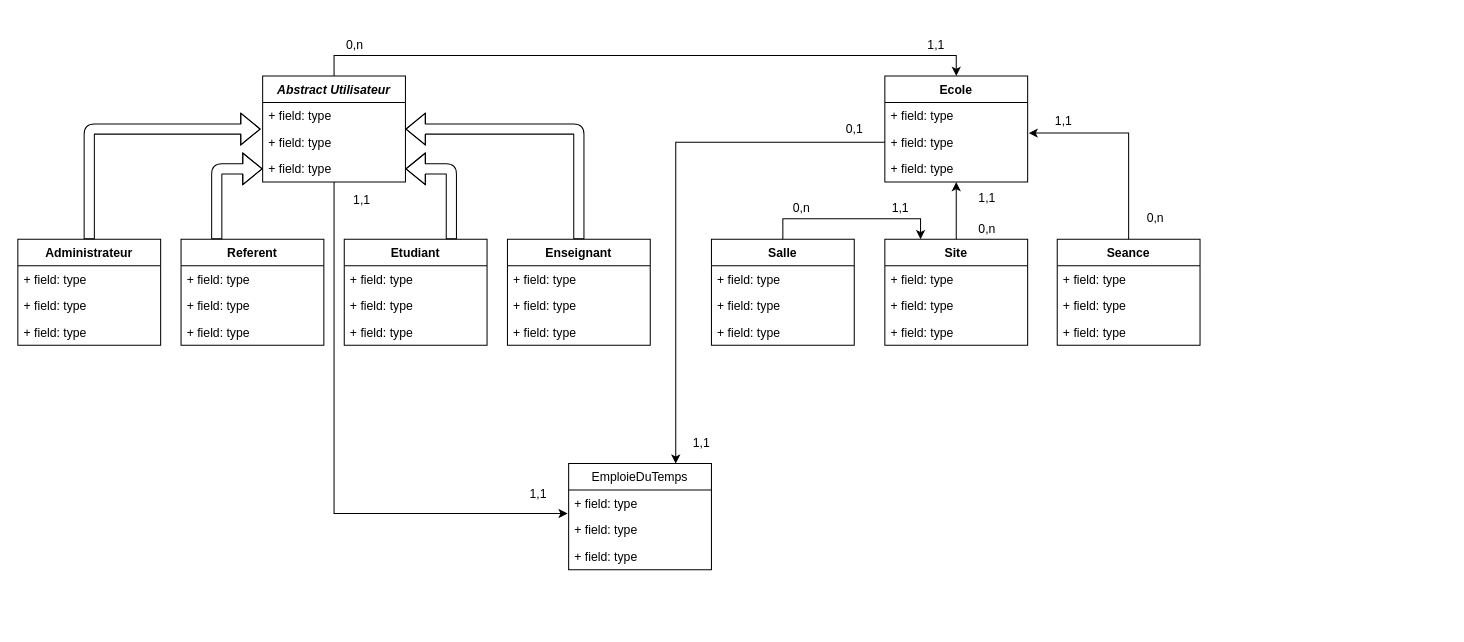
Above: Untitled Diagram.drawio in Chronono/Project_Java (draw.io), before the change. Source tidied: cells renumbered, new cells numbered last; positions are measured from the earlier drawing's top-left corner, leaving out a move shared by most shapes. Both pictures are drawn from the tidied source at 102%, with x=0, y=0 at pixel (17, 35).
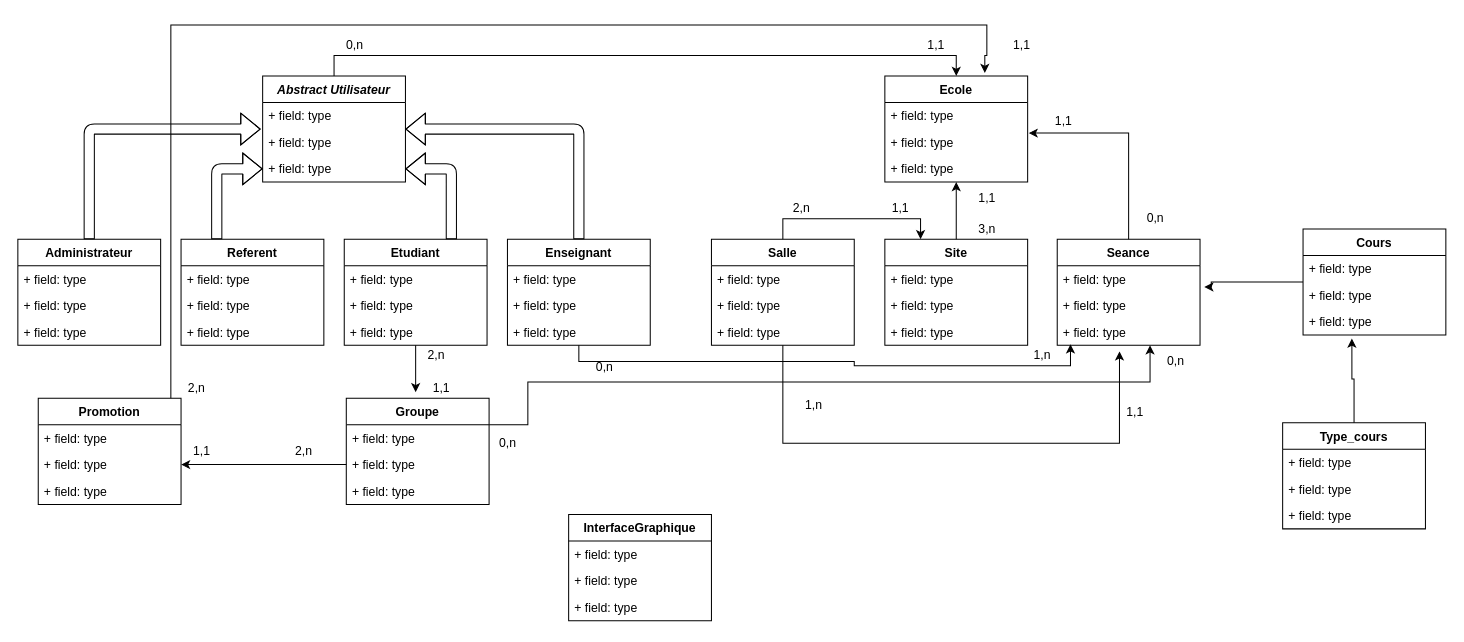
The same diagram, later.

Unchanged cells that the change refers to:
```xml
<mxCell id="10" value="Etudiant" style="swimlane;fontStyle=1;horizontal=1;startSize=26;fillColor=none;" parent="1" vertex="1">
  <mxGeometry x="320" y="200" width="140" height="104" as="geometry" />
</mxCell>
<mxCell id="14" value="Enseignant" style="swimlane;fontStyle=1;horizontal=1;startSize=26;fillColor=none;" parent="1" vertex="1">
  <mxGeometry x="480" y="200" width="140" height="104" as="geometry" />
</mxCell>
<mxCell id="19" value="Abstract Utilisateur" style="swimlane;fontStyle=3;horizontal=1;startSize=26;fillColor=none;" parent="1" vertex="1">
  <mxGeometry x="240" y="40" width="140" height="104" as="geometry" />
</mxCell>
<mxCell id="23" value="Ecole" style="swimlane;fontStyle=1;horizontal=1;startSize=26;fillColor=none;" parent="1" vertex="1">
  <mxGeometry x="850" y="40" width="140" height="104" as="geometry" />
</mxCell>
<mxCell id="25" value="+ field: type" style="text;strokeColor=none;fillColor=none;align=left;verticalAlign=top;spacingLeft=4;spacingRight=4;overflow=hidden;points=[[0,0.5],[1,0.5]];portConstraint=eastwest;" parent="23" vertex="1">
  <mxGeometry y="52" width="140" height="26" as="geometry" />
</mxCell>
<mxCell id="32" value="Salle" style="swimlane;fontStyle=1;horizontal=1;startSize=26;fillColor=none;" parent="1" vertex="1">
  <mxGeometry x="680" y="200" width="140" height="104" as="geometry" />
</mxCell>
<mxCell id="44" value="+ field: type" style="text;strokeColor=none;fillColor=none;align=left;verticalAlign=top;spacingLeft=4;spacingRight=4;overflow=hidden;points=[[0,0.5],[1,0.5]];portConstraint=eastwest;" parent="42" vertex="1">
  <mxGeometry y="52" width="140" height="26" as="geometry" />
</mxCell>
<mxCell id="45" value="+ field: type" style="text;strokeColor=none;fillColor=none;align=left;verticalAlign=top;spacingLeft=4;spacingRight=4;overflow=hidden;points=[[0,0.5],[1,0.5]];portConstraint=eastwest;" parent="42" vertex="1">
  <mxGeometry y="78" width="140" height="26" as="geometry" />
</mxCell>
```

Change to the diagram source:
```diff
@@
+    <mxCell id="64" style="edgeStyle=orthogonalEdgeStyle;rounded=0;jettySize=auto;html=1;" parent="1" edge="1" source="10">
+      <mxGeometry relative="1" as="geometry">
+        <mxPoint x="390" y="350" as="targetPoint" />
+      </mxGeometry>
+    </mxCell>
@@
+    <mxCell id="65" style="edgeStyle=orthogonalEdgeStyle;rounded=0;jettySize=auto;html=1;entryX=0.093;entryY=0.962;entryDx=0;entryDy=0;entryPerimeter=0;" parent="1" edge="1" source="14" target="45">
+      <mxGeometry relative="1" as="geometry">
+        <Array as="points">
+          <mxPoint x="550" y="320" />
+          <mxPoint x="820" y="320" />
+          <mxPoint x="820" y="324" />
+          <mxPoint x="1032" y="324" />
+        </Array>
+      </mxGeometry>
+    </mxCell>
@@
-    <mxCell id="18" style="edgeStyle=orthogonalEdgeStyle;rounded=0;jettySize=auto;html=1;entryX=-0.007;entryY=-0.115;entryDx=0;entryDy=0;entryPerimeter=0;" parent="1" edge="1" source="19" target="49">
-      <mxGeometry relative="1" as="geometry" />
-    </mxCell>
@@
+    <mxCell id="66" style="edgeStyle=orthogonalEdgeStyle;rounded=0;jettySize=auto;html=1;entryX=0.436;entryY=1.231;entryDx=0;entryDy=0;entryPerimeter=0;" parent="1" edge="1" source="32" target="45">
+      <mxGeometry relative="1" as="geometry">
+        <Array as="points">
+          <mxPoint x="750" y="400" />
+          <mxPoint x="1080" y="400" />
+        </Array>
+      </mxGeometry>
+    </mxCell>
@@
-    <mxCell id="47" value="EmploieDuTemps" style="swimlane;fontStyle=0;horizontal=1;startSize=26;fillColor=none;" parent="1" vertex="1">
-      <mxGeometry x="540" y="420" width="140" height="104" as="geometry" />
-    </mxCell>
-    <mxCell id="48" value="+ field: type" style="text;strokeColor=none;fillColor=none;align=left;verticalAlign=top;spacingLeft=4;spacingRight=4;overflow=hidden;" parent="47" vertex="1">
-      <mxGeometry y="26" width="140" height="26" as="geometry" />
-    </mxCell>
-    <mxCell id="49" value="+ field: type" style="text;strokeColor=none;fillColor=none;align=left;verticalAlign=top;spacingLeft=4;spacingRight=4;overflow=hidden;points=[[0,0.5],[1,0.5]];portConstraint=eastwest;" parent="47" vertex="1">
-      <mxGeometry y="52" width="140" height="26" as="geometry" />
-    </mxCell>
-    <mxCell id="50" value="+ field: type" style="text;strokeColor=none;fillColor=none;align=left;verticalAlign=top;spacingLeft=4;spacingRight=4;overflow=hidden;" parent="47" vertex="1">
-      <mxGeometry y="78" width="140" height="26" as="geometry" />
-    </mxCell>
-    <mxCell id="51" style="edgeStyle=orthogonalEdgeStyle;rounded=0;jettySize=auto;html=1;entryX=0.75;entryY=0;entryDx=0;entryDy=0;" parent="1" edge="1" source="25" target="47">
-      <mxGeometry relative="1" as="geometry" />
-    </mxCell>
@@
-    <mxCell id="54" value="0,n" style="text;html=1;align=center;verticalAlign=middle;" parent="1" vertex="1">
+    <mxCell id="54" value="2,n" style="text;html=1;align=center;verticalAlign=middle;" parent="1" vertex="1">
       <mxGeometry x="753" y="160" width="30" height="20" as="geometry" />
     </mxCell>
@@
-    <mxCell id="58" value="0,n" style="text;html=1;align=center;verticalAlign=middle;" parent="1" vertex="1">
+    <mxCell id="58" value="3,n" style="text;html=1;align=center;verticalAlign=middle;" parent="1" vertex="1">
       <mxGeometry x="935" y="180" width="30" height="20" as="geometry" />
     </mxCell>
@@
-    <mxCell id="60" value="0,1" style="text;html=1;align=center;verticalAlign=middle;" parent="1" vertex="1">
-      <mxGeometry x="805" y="82" width="30" height="20" as="geometry" />
-    </mxCell>
-    <mxCell id="61" value="1,1" style="text;html=1;align=center;verticalAlign=middle;" parent="1" vertex="1">
-      <mxGeometry x="655" y="390" width="30" height="20" as="geometry" />
-    </mxCell>
-    <mxCell id="62" value="1,1" style="text;html=1;align=center;verticalAlign=middle;" parent="1" vertex="1">
-      <mxGeometry x="322" y="152" width="30" height="20" as="geometry" />
-    </mxCell>
-    <mxCell id="63" value="1,1" style="text;html=1;align=center;verticalAlign=middle;" parent="1" vertex="1">
-      <mxGeometry x="495" y="440" width="30" height="20" as="geometry" />
-    </mxCell>
+    <mxCell id="47" value="InterfaceGraphique" style="swimlane;fontStyle=1;horizontal=1;startSize=26;fillColor=none;" parent="1" vertex="1">
+      <mxGeometry x="540" y="470" width="140" height="104" as="geometry" />
+    </mxCell>
+    <mxCell id="48" value="+ field: type" style="text;strokeColor=none;fillColor=none;align=left;verticalAlign=top;spacingLeft=4;spacingRight=4;overflow=hidden;" parent="47" vertex="1">
+      <mxGeometry y="26" width="140" height="26" as="geometry" />
+    </mxCell>
+    <mxCell id="49" value="+ field: type" style="text;strokeColor=none;fillColor=none;align=left;verticalAlign=top;spacingLeft=4;spacingRight=4;overflow=hidden;points=[[0,0.5],[1,0.5]];portConstraint=eastwest;" parent="47" vertex="1">
+      <mxGeometry y="52" width="140" height="26" as="geometry" />
+    </mxCell>
+    <mxCell id="50" value="+ field: type" style="text;strokeColor=none;fillColor=none;align=left;verticalAlign=top;spacingLeft=4;spacingRight=4;overflow=hidden;" parent="47" vertex="1">
+      <mxGeometry y="78" width="140" height="26" as="geometry" />
+    </mxCell>
+    <mxCell id="67" value="Groupe" style="swimlane;fontStyle=1;horizontal=1;startSize=26;fillColor=none;" parent="1" vertex="1">
+      <mxGeometry x="322" y="356" width="140" height="104" as="geometry" />
+    </mxCell>
+    <mxCell id="68" value="+ field: type" style="text;strokeColor=none;fillColor=none;align=left;verticalAlign=top;spacingLeft=4;spacingRight=4;overflow=hidden;" parent="67" vertex="1">
+      <mxGeometry y="26" width="140" height="26" as="geometry" />
+    </mxCell>
+    <mxCell id="69" value="+ field: type" style="text;strokeColor=none;fillColor=none;align=left;verticalAlign=top;spacingLeft=4;spacingRight=4;overflow=hidden;points=[[0,0.5],[1,0.5]];portConstraint=eastwest;" parent="67" vertex="1">
+      <mxGeometry y="52" width="140" height="26" as="geometry" />
+    </mxCell>
+    <mxCell id="70" value="+ field: type" style="text;strokeColor=none;fillColor=none;align=left;verticalAlign=top;spacingLeft=4;spacingRight=4;overflow=hidden;" parent="67" vertex="1">
+      <mxGeometry y="78" width="140" height="26" as="geometry" />
+    </mxCell>
+    <mxCell id="71" style="edgeStyle=orthogonalEdgeStyle;rounded=0;jettySize=auto;html=1;entryX=0.7;entryY=-0.029;entryDx=0;entryDy=0;entryPerimeter=0;" parent="1" edge="1" source="72" target="23">
+      <mxGeometry relative="1" as="geometry">
+        <Array as="points">
+          <mxPoint x="150" y="-10" />
+          <mxPoint x="950" y="-10" />
+          <mxPoint x="950" y="20" />
+          <mxPoint x="948" y="20" />
+        </Array>
+      </mxGeometry>
+    </mxCell>
+    <mxCell id="72" value="Promotion" style="swimlane;fontStyle=1;horizontal=1;startSize=26;fillColor=none;" parent="1" vertex="1">
+      <mxGeometry x="20" y="356" width="140" height="104" as="geometry" />
+    </mxCell>
+    <mxCell id="73" value="+ field: type" style="text;strokeColor=none;fillColor=none;align=left;verticalAlign=top;spacingLeft=4;spacingRight=4;overflow=hidden;" parent="72" vertex="1">
+      <mxGeometry y="26" width="140" height="26" as="geometry" />
+    </mxCell>
+    <mxCell id="74" value="+ field: type" style="text;strokeColor=none;fillColor=none;align=left;verticalAlign=top;spacingLeft=4;spacingRight=4;overflow=hidden;points=[[0,0.5],[1,0.5]];portConstraint=eastwest;" parent="72" vertex="1">
+      <mxGeometry y="52" width="140" height="26" as="geometry" />
+    </mxCell>
+    <mxCell id="75" value="+ field: type" style="text;strokeColor=none;fillColor=none;align=left;verticalAlign=top;spacingLeft=4;spacingRight=4;overflow=hidden;" parent="72" vertex="1">
+      <mxGeometry y="78" width="140" height="26" as="geometry" />
+    </mxCell>
+    <mxCell id="76" style="edgeStyle=orthogonalEdgeStyle;rounded=0;jettySize=auto;html=1;entryX=1;entryY=0.5;entryDx=0;entryDy=0;" parent="1" edge="1" source="69" target="74">
+      <mxGeometry relative="1" as="geometry" />
+    </mxCell>
+    <mxCell id="77" style="edgeStyle=orthogonalEdgeStyle;rounded=0;jettySize=auto;html=1;entryX=1.03;entryY=-0.197;entryDx=0;entryDy=0;entryPerimeter=0;" parent="1" edge="1" source="90" target="44">
+      <mxGeometry relative="1" as="geometry">
+        <Array as="points">
+          <mxPoint x="1170" y="242" />
+          <mxPoint x="1170" y="247" />
+        </Array>
+      </mxGeometry>
+    </mxCell>
+    <mxCell id="78" value="2,n" style="text;html=1;align=center;verticalAlign=middle;" parent="1" vertex="1">
+      <mxGeometry x="340" y="304" width="140" height="20" as="geometry" />
+    </mxCell>
+    <mxCell id="79" value="1,1" style="text;html=1;align=center;verticalAlign=middle;" parent="1" vertex="1">
+      <mxGeometry x="400" y="336" width="30" height="20" as="geometry" />
+    </mxCell>
+    <mxCell id="80" value="2,n" style="text;html=1;align=center;verticalAlign=middle;" parent="1" vertex="1">
+      <mxGeometry x="265" y="398" width="30" height="20" as="geometry" />
+    </mxCell>
+    <mxCell id="81" value="1,1" style="text;html=1;align=center;verticalAlign=middle;" parent="1" vertex="1">
+      <mxGeometry x="165" y="398" width="30" height="20" as="geometry" />
+    </mxCell>
+    <mxCell id="82" style="edgeStyle=orthogonalEdgeStyle;rounded=0;jettySize=auto;html=1;entryX=0.342;entryY=1.133;entryDx=0;entryDy=0;entryPerimeter=0;" parent="1" edge="1" source="94" target="93">
+      <mxGeometry relative="1" as="geometry">
+        <Array as="points">
+          <mxPoint x="1310" y="337" />
+          <mxPoint x="1308" y="337" />
+        </Array>
+      </mxGeometry>
+    </mxCell>
+    <mxCell id="83" value="2,n" style="text;html=1;align=center;verticalAlign=middle;" parent="1" vertex="1">
+      <mxGeometry x="160" y="336" width="30" height="20" as="geometry" />
+    </mxCell>
+    <mxCell id="84" value="1,1" style="text;html=1;align=center;verticalAlign=middle;" parent="1" vertex="1">
+      <mxGeometry x="969" width="30" height="20" as="geometry" />
+    </mxCell>
+    <mxCell id="85" value="&lt;div&gt;0,n&lt;/div&gt;" style="text;html=1;align=center;verticalAlign=middle;" parent="1" vertex="1">
+      <mxGeometry x="560" y="316" width="30" height="20" as="geometry" />
+    </mxCell>
+    <mxCell id="86" value="1,n" style="text;html=1;align=center;verticalAlign=middle;" parent="1" vertex="1">
+      <mxGeometry x="989" y="304" width="30" height="20" as="geometry" />
+    </mxCell>
+    <mxCell id="87" style="edgeStyle=orthogonalEdgeStyle;rounded=0;jettySize=auto;html=1;exitX=1;exitY=0.25;exitDx=0;exitDy=0;" parent="1" edge="1" source="67">
+      <mxGeometry relative="1" as="geometry">
+        <mxPoint x="1110" y="304" as="targetPoint" />
+        <Array as="points">
+          <mxPoint x="500" y="382" />
+          <mxPoint x="500" y="340" />
+          <mxPoint x="1110" y="340" />
+          <mxPoint x="1110" y="304" />
+        </Array>
+      </mxGeometry>
+    </mxCell>
+    <mxCell id="88" value="0,n" style="text;html=1;align=center;verticalAlign=middle;" parent="1" vertex="1">
+      <mxGeometry x="465" y="390" width="30" height="20" as="geometry" />
+    </mxCell>
+    <mxCell id="89" value="0,n" style="text;html=1;align=center;verticalAlign=middle;" parent="1" vertex="1">
+      <mxGeometry x="1120" y="310" width="30" height="20" as="geometry" />
+    </mxCell>
+    <mxCell id="90" value="Cours" style="swimlane;fontStyle=1;horizontal=1;startSize=26;fillColor=none;" parent="1" vertex="1">
+      <mxGeometry x="1260" y="190" width="140" height="104" as="geometry" />
+    </mxCell>
+    <mxCell id="91" value="+ field: type" style="text;strokeColor=none;fillColor=none;align=left;verticalAlign=top;spacingLeft=4;spacingRight=4;overflow=hidden;" parent="90" vertex="1">
+      <mxGeometry y="26" width="140" height="26" as="geometry" />
+    </mxCell>
+    <mxCell id="92" value="+ field: type" style="text;strokeColor=none;fillColor=none;align=left;verticalAlign=top;spacingLeft=4;spacingRight=4;overflow=hidden;" parent="90" vertex="1">
+      <mxGeometry y="52" width="140" height="26" as="geometry" />
+    </mxCell>
+    <mxCell id="93" value="+ field: type" style="text;strokeColor=none;fillColor=none;align=left;verticalAlign=top;spacingLeft=4;spacingRight=4;overflow=hidden;points=[[0,0.5],[1,0.5]];portConstraint=eastwest;" parent="90" vertex="1">
+      <mxGeometry y="78" width="140" height="26" as="geometry" />
+    </mxCell>
+    <mxCell id="94" value="Type_cours" style="swimlane;fontStyle=1;horizontal=1;startSize=26;fillColor=none;" parent="1" vertex="1">
+      <mxGeometry x="1240" y="380" width="140" height="104" as="geometry" />
+    </mxCell>
+    <mxCell id="95" value="+ field: type" style="text;strokeColor=none;fillColor=none;align=left;verticalAlign=top;spacingLeft=4;spacingRight=4;overflow=hidden;" parent="94" vertex="1">
+      <mxGeometry y="26" width="140" height="26" as="geometry" />
+    </mxCell>
+    <mxCell id="96" value="+ field: type" style="text;strokeColor=none;fillColor=none;align=left;verticalAlign=top;spacingLeft=4;spacingRight=4;overflow=hidden;" parent="94" vertex="1">
+      <mxGeometry y="52" width="140" height="26" as="geometry" />
+    </mxCell>
+    <mxCell id="97" value="+ field: type" style="text;strokeColor=none;fillColor=none;align=left;verticalAlign=top;spacingLeft=4;spacingRight=4;overflow=hidden;" parent="94" vertex="1">
+      <mxGeometry y="78" width="140" height="26" as="geometry" />
+    </mxCell>
+    <mxCell id="98" value="1,n" style="text;html=1;align=center;verticalAlign=middle;" parent="1" vertex="1">
+      <mxGeometry x="765" y="353" width="30" height="20" as="geometry" />
+    </mxCell>
+    <mxCell id="99" value="1,1" style="text;html=1;align=center;verticalAlign=middle;" parent="1" vertex="1">
+      <mxGeometry x="1080" y="360" width="30" height="20" as="geometry" />
+    </mxCell>
```
